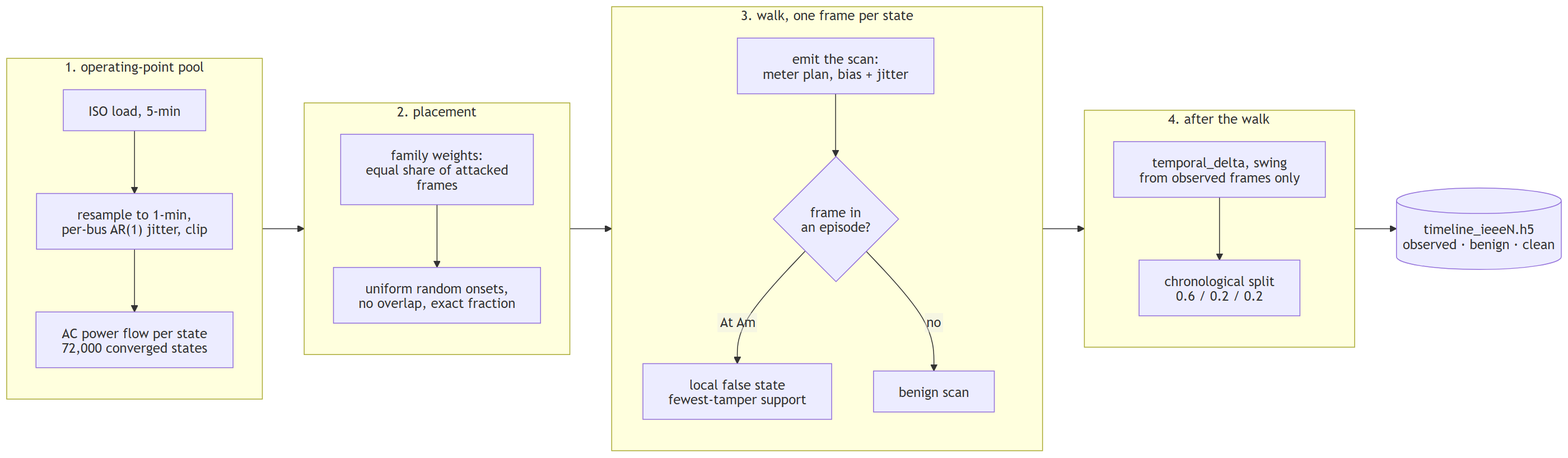
Before: docs/figures/diagrams/generation_flow.png, a diagram exported from Mermaid (myersben9/fdia-graph). Its source is kept beside it as docs/figures/diagrams/generation_flow.mmd.
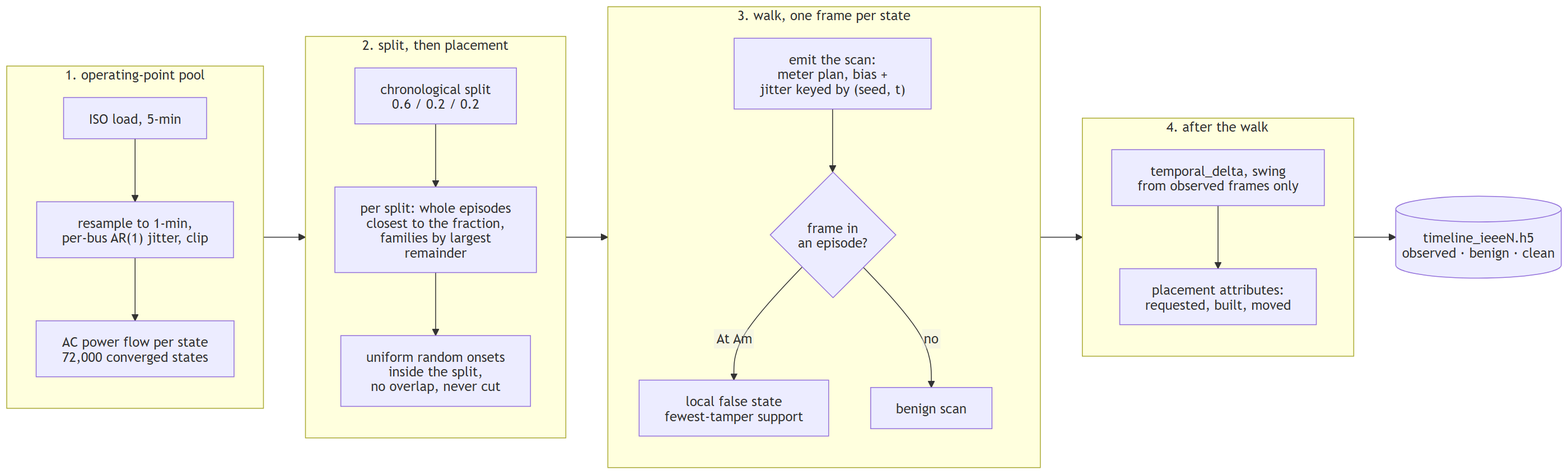
The same file after the commit.

The edit, as a diff of the source:
```diff
@@ -3,16 +3,17 @@
         p1["ISO load, 5-min"] --> p2["resample to 1-min,<br/>per-bus AR(1) jitter, clip"]
         p2 --> p3["AC power flow per state<br/>72,000 converged states"]
     end
-    subgraph plan["2. placement"]
-        s1["family weights:<br/>equal share of attacked frames"] --> s2["uniform random onsets,<br/>no overlap, exact fraction"]
+    subgraph plan["2. split, then placement"]
+        s0["chronological split<br/>0.6 / 0.2 / 0.2"] --> s1["per split: whole episodes<br/>closest to the fraction,<br/>families by largest remainder"]
+        s1 --> s2["uniform random onsets<br/>inside the split,<br/>no overlap, never cut"]
     end
     subgraph walk["3. walk, one frame per state"]
-        w1["emit the scan:<br/>meter plan, bias + jitter"] --> w2{"frame in<br/>an episode?"}
+        w1["emit the scan:<br/>meter plan, bias +<br/>jitter keyed by (seed, t)"] --> w2{"frame in<br/>an episode?"}
         w2 -- "At Am" --> w3["local false state<br/>fewest-tamper support"]
         w2 -- no --> w5[benign scan]
     end
     subgraph after["4. after the walk"]
-        a1["temporal_delta, swing<br/>from observed frames only"] --> a2["chronological split<br/>0.6 / 0.2 / 0.2"]
+        a1["temporal_delta, swing<br/>from observed frames only"] --> a2["placement attributes:<br/>requested, built, moved"]
     end
     pool --> plan --> walk --> after
     after --> f[("timeline_ieeeN.h5<br/>observed · benign · clean")]
```
